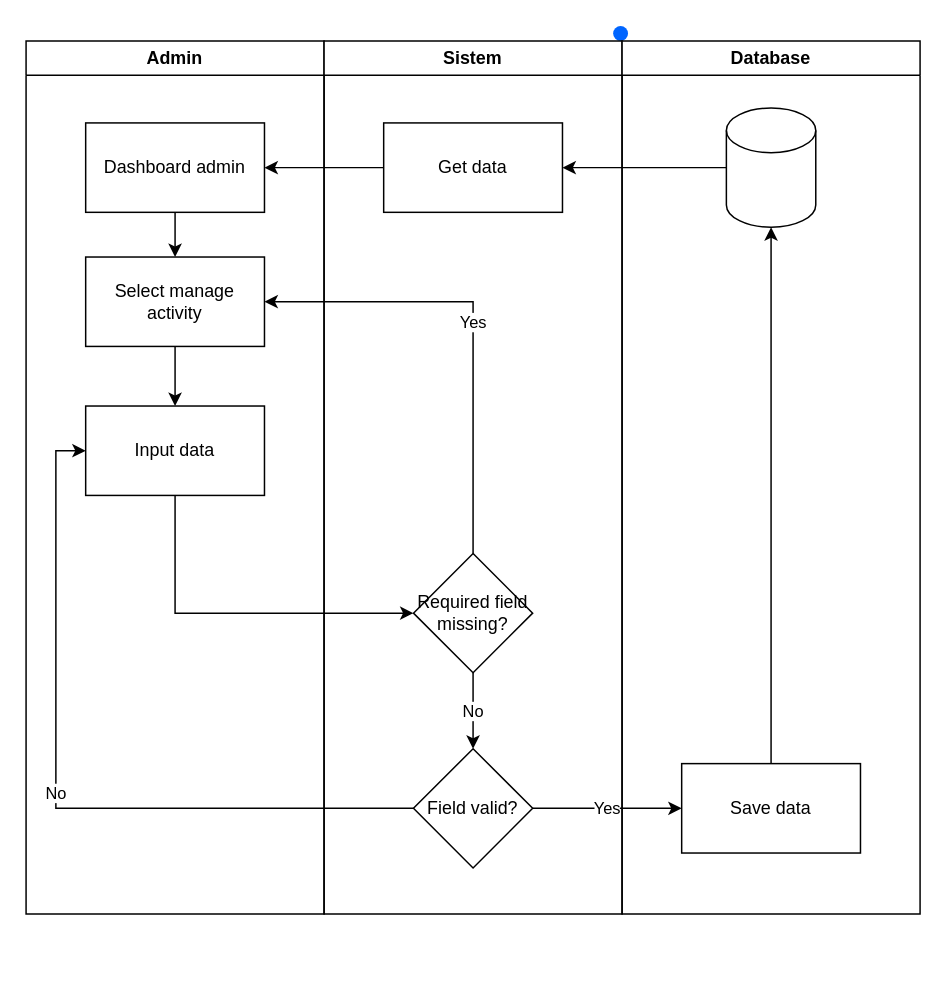
Above: page "Admin" (1 of 5) of activityDiagram.drawio in dzikfr/aplikasi-absensi-baharkam-2024 (draw.io), before the change. Source tidied: cells renumbered, new cells numbered last; positions are measured from the earlier drawing's top-left corner, leaving out a move shared by most shapes. Both pictures are drawn from the tidied source at 149%, with x=0, y=0 at pixel (25, 25).
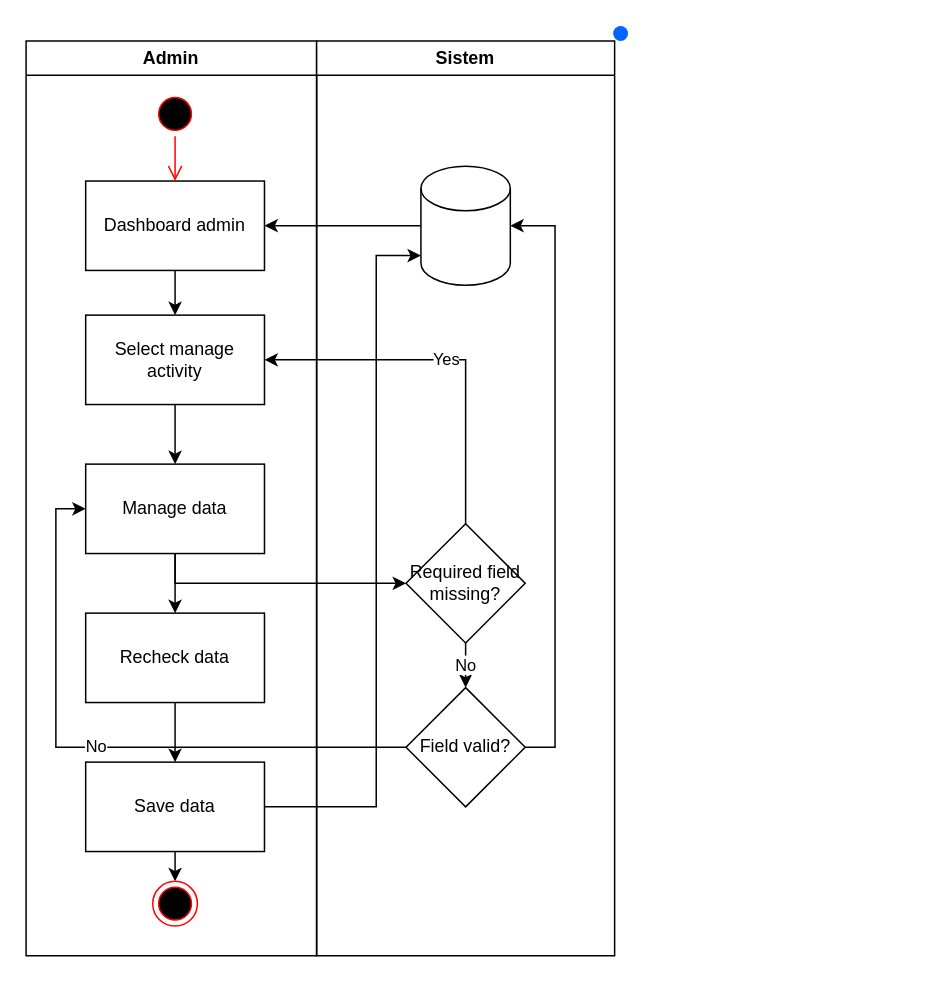
Above is the later version.

The edit, as a diff of the source:
```diff
@@
-    <mxCell id="2" style="rounded=0;jettySize=auto;html=1;entryX=0.5;entryY=0;entryDx=0;entryDy=0;" parent="1" edge="1" target="6">
-      <mxGeometry relative="1" as="geometry">
-        <mxPoint x="100" y="99" as="sourcePoint" />
-      </mxGeometry>
-    </mxCell>
@@
     <mxCell id="4" value="Admin" style="swimlane;whiteSpace=wrap;html=1;startSize=23;" parent="1" vertex="1">
-      <mxGeometry y="10" width="200" height="586" as="geometry" />
+      <mxGeometry y="10" width="195" height="614" as="geometry" />
     </mxCell>
+    <mxCell id="2" style="rounded=0;jettySize=auto;html=1;entryX=0.5;entryY=0;entryDx=0;entryDy=0;" parent="4" edge="1" target="6">
+      <mxGeometry relative="1" as="geometry">
+        <mxPoint x="100" y="128" as="sourcePoint" />
+      </mxGeometry>
+    </mxCell>
@@
     <mxCell id="6" value="Dashboard admin" style="rounded=0;whiteSpace=wrap;html=1;" parent="4" vertex="1">
-      <mxGeometry x="40" y="55" width="120" height="60" as="geometry" />
+      <mxGeometry x="40" y="94" width="120" height="60" as="geometry" />
     </mxCell>
@@
     <mxCell id="8" value="Select manage activity" style="rounded=0;whiteSpace=wrap;html=1;" parent="4" vertex="1">
-      <mxGeometry x="40" y="145" width="120" height="60" as="geometry" />
+      <mxGeometry x="40" y="184" width="120" height="60" as="geometry" />
     </mxCell>
+    <mxCell id="25" style="edgeStyle=orthogonalEdgeStyle;rounded=0;jettySize=auto;html=1;exitX=0.5;exitY=1;exitDx=0;exitDy=0;entryX=0.5;entryY=0;entryDx=0;entryDy=0;" parent="4" edge="1" source="9" target="29">
+      <mxGeometry relative="1" as="geometry" />
+    </mxCell>
-    <mxCell id="9" value="Input data" style="rounded=0;whiteSpace=wrap;html=1;" parent="4" vertex="1">
-      <mxGeometry x="40" y="245" width="120" height="60" as="geometry" />
+    <mxCell id="9" value="Manage data" style="rounded=0;whiteSpace=wrap;html=1;" parent="4" vertex="1">
+      <mxGeometry x="40" y="284" width="120" height="60" as="geometry" />
     </mxCell>
+    <mxCell id="26" style="ellipse;html=1;shape=startState;fillColor=#000000;strokeColor=#ff0000;" parent="4" vertex="1">
+      <mxGeometry x="85" y="34" width="30" height="30" as="geometry" />
+    </mxCell>
+    <mxCell id="27" style="edgeStyle=orthogonalEdgeStyle;html=1;verticalAlign=bottom;endArrow=open;endSize=8;strokeColor=#ff0000;rounded=0;entryX=0.5;entryY=0;entryDx=0;entryDy=0;" parent="4" edge="1" source="26" target="6">
+      <mxGeometry relative="1" as="geometry" />
+    </mxCell>
+    <mxCell id="28" style="edgeStyle=orthogonalEdgeStyle;rounded=0;jettySize=auto;html=1;exitX=0.5;exitY=1;exitDx=0;exitDy=0;entryX=0.5;entryY=0;entryDx=0;entryDy=0;" parent="4" edge="1" source="29" target="16">
+      <mxGeometry relative="1" as="geometry" />
+    </mxCell>
+    <mxCell id="29" value="Recheck data" style="rounded=0;whiteSpace=wrap;html=1;" parent="4" vertex="1">
+      <mxGeometry x="40" y="384" width="120" height="60" as="geometry" />
+    </mxCell>
+    <mxCell id="30" style="edgeStyle=orthogonalEdgeStyle;rounded=0;jettySize=auto;html=1;exitX=0.5;exitY=1;exitDx=0;exitDy=0;entryX=0.5;entryY=0;entryDx=0;entryDy=0;" parent="4" edge="1" source="16" target="31">
+      <mxGeometry relative="1" as="geometry" />
+    </mxCell>
+    <mxCell id="16" value="Save data" style="rounded=0;whiteSpace=wrap;html=1;" parent="4" vertex="1">
+      <mxGeometry x="40" y="484" width="120" height="60" as="geometry" />
+    </mxCell>
+    <mxCell id="31" style="ellipse;html=1;shape=endState;fillColor=#000000;strokeColor=#ff0000;" parent="4" vertex="1">
+      <mxGeometry x="85" y="564" width="30" height="30" as="geometry" />
+    </mxCell>
     <mxCell id="10" value="Sistem" style="swimlane;whiteSpace=wrap;html=1;startSize=23;" parent="1" vertex="1">
-      <mxGeometry x="200" y="10" width="200" height="586" as="geometry" />
+      <mxGeometry x="195" y="10" width="200" height="614" as="geometry" />
     </mxCell>
-    <mxCell id="11" value="No" style="edgeStyle=orthogonalEdgeStyle;rounded=0;jettySize=auto;html=1;exitX=0.5;exitY=1;exitDx=0;exitDy=0;entryX=0.5;entryY=0;entryDx=0;entryDy=0;" parent="10" edge="1" source="12" target="13">
-      <mxGeometry relative="1" as="geometry" />
-    </mxCell>
+    <mxCell id="17" style="shape=cylinder3;whiteSpace=wrap;html=1;boundedLbl=1;backgroundOutline=1;size=15;" parent="10" vertex="1">
+      <mxGeometry x="70" y="84" width="60" height="80" as="geometry" />
+    </mxCell>
     <mxCell id="12" value="Required field missing?" style="rhombus;whiteSpace=wrap;html=1;" parent="10" vertex="1">
-      <mxGeometry x="60" y="344" width="80" height="80" as="geometry" />
+      <mxGeometry x="60" y="324" width="80" height="80" as="geometry" />
     </mxCell>
     <mxCell id="13" value="Field valid?" style="rhombus;whiteSpace=wrap;html=1;" parent="10" vertex="1">
-      <mxGeometry x="60" y="475" width="80" height="80" as="geometry" />
+      <mxGeometry x="60" y="434" width="80" height="80" as="geometry" />
     </mxCell>
-    <mxCell id="14" value="Get data" style="rounded=0;whiteSpace=wrap;html=1;" parent="10" vertex="1">
-      <mxGeometry x="40" y="55" width="120" height="60" as="geometry" />
-    </mxCell>
-    <mxCell id="15" value="Database" style="swimlane;whiteSpace=wrap;html=1;startSize=23;" parent="1" vertex="1">
-      <mxGeometry x="400" y="10" width="200" height="586" as="geometry" />
-    </mxCell>
-    <mxCell id="16" value="Save data" style="rounded=0;whiteSpace=wrap;html=1;" parent="15" vertex="1">
-      <mxGeometry x="40" y="485" width="120" height="60" as="geometry" />
-    </mxCell>
-    <mxCell id="17" style="shape=cylinder3;whiteSpace=wrap;html=1;boundedLbl=1;backgroundOutline=1;size=15;" parent="15" vertex="1">
-      <mxGeometry x="70" y="45" width="60" height="80" as="geometry" />
-    </mxCell>
-    <mxCell id="18" style="edgeStyle=orthogonalEdgeStyle;rounded=0;jettySize=auto;html=1;exitX=0.5;exitY=0;exitDx=0;exitDy=0;" parent="15" edge="1" source="16" target="17">
-      <mxGeometry relative="1" as="geometry" />
-    </mxCell>
+    <mxCell id="32" style="edgeStyle=orthogonalEdgeStyle;rounded=0;jettySize=auto;html=1;exitX=1;exitY=0.5;exitDx=0;exitDy=0;entryX=1;entryY=0.5;entryDx=0;entryDy=0;entryPerimeter=0;" parent="10" edge="1" source="13" target="17">
+      <mxGeometry relative="1" as="geometry" />
+    </mxCell>
+    <mxCell id="11" value="No" style="edgeStyle=orthogonalEdgeStyle;rounded=0;jettySize=auto;html=1;exitX=0.5;exitY=1;exitDx=0;exitDy=0;entryX=0.5;entryY=0;entryDx=0;entryDy=0;" parent="10" edge="1" source="12" target="13">
+      <mxGeometry relative="1" as="geometry" />
+    </mxCell>
+    <mxCell id="33" style="edgeStyle=orthogonalEdgeStyle;rounded=0;jettySize=auto;html=1;exitX=0;exitY=0.5;exitDx=0;exitDy=0;exitPerimeter=0;entryX=1;entryY=0.5;entryDx=0;entryDy=0;" parent="1" edge="1" source="17" target="6">
+      <mxGeometry relative="1" as="geometry" />
+    </mxCell>
@@
-    <mxCell id="21" value="Yes" style="edgeStyle=orthogonalEdgeStyle;rounded=0;jettySize=auto;html=1;exitX=1;exitY=0.5;exitDx=0;exitDy=0;entryX=0;entryY=0.5;entryDx=0;entryDy=0;" parent="1" edge="1" source="13" target="16">
-      <mxGeometry relative="1" as="geometry" />
-    </mxCell>
-    <mxCell id="22" style="edgeStyle=orthogonalEdgeStyle;rounded=0;jettySize=auto;html=1;exitX=0;exitY=0.5;exitDx=0;exitDy=0;entryX=1;entryY=0.5;entryDx=0;entryDy=0;" parent="1" edge="1" source="14" target="6">
-      <mxGeometry relative="1" as="geometry" />
-    </mxCell>
-    <mxCell id="23" style="edgeStyle=orthogonalEdgeStyle;rounded=0;jettySize=auto;html=1;exitX=0;exitY=0.5;exitDx=0;exitDy=0;exitPerimeter=0;" parent="1" edge="1" source="17" target="14">
-      <mxGeometry relative="1" as="geometry" />
-    </mxCell>
@@
+    <mxCell id="18" style="edgeStyle=orthogonalEdgeStyle;rounded=0;jettySize=auto;html=1;exitX=1;exitY=0.5;exitDx=0;exitDy=0;" parent="1" edge="1" source="16" target="17">
+      <mxGeometry relative="1" as="geometry">
+        <Array as="points">
+          <mxPoint x="235" y="524" />
+          <mxPoint x="235" y="154" />
+        </Array>
+      </mxGeometry>
+    </mxCell>
```
